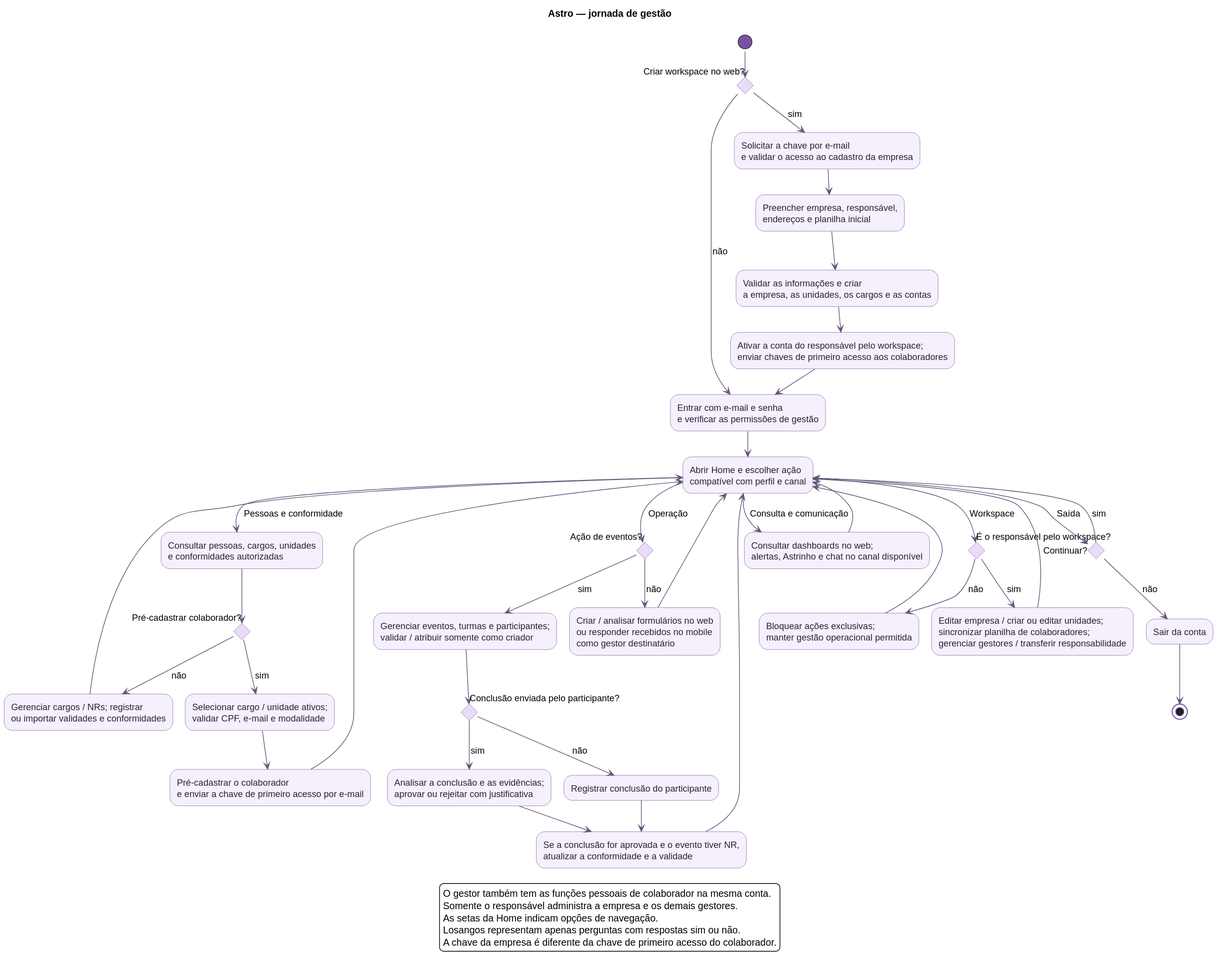
Before: diagrams/rendered/fluxo_gestor.svg, a diagram exported from PlantUML (Astro-Inter/astro-eqs-diagrams).
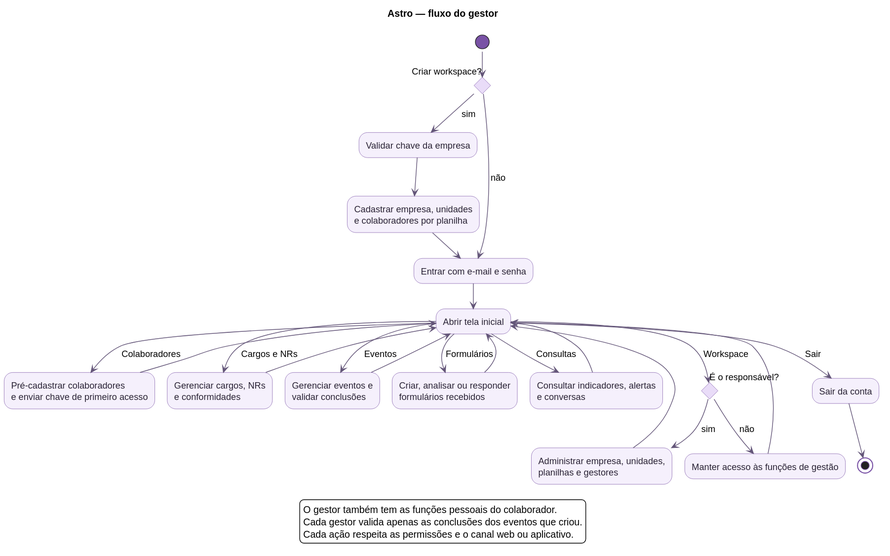
After the commit.

Change to the diagram source:
```diff
@@ -1,67 +1,41 @@
 @startuml
 !pragma layout smetana
 !include estilo.iuml
-title Astro — jornada de gestão
+title Astro — fluxo do gestor
 
-(*) --> if "Criar workspace no web?" then
-  -->[sim] "Solicitar a chave por e-mail\ne validar o acesso ao cadastro da empresa" as chave
-  --> "Preencher empresa, responsável,\nendereços e planilha inicial" as cadastro
-  --> "Validar as informações e criar\na empresa, as unidades, os cargos e as contas" as criar
-  --> "Ativar a conta do responsável pelo workspace;\nenviar chaves de primeiro acesso aos colaboradores" as ativar
-  --> "Entrar com e-mail e senha\ne verificar as permissões de gestão" as entrar
+(*) --> if "Criar workspace?" then
+  -->[sim] "Validar chave da empresa" as chave
+  --> "Cadastrar empresa, unidades\ne colaboradores por planilha" as criar
+  --> "Entrar com e-mail e senha" as entrar
 else
   -->[não] entrar
 endif
-entrar --> "Abrir Home e escolher ação\ncompatível com perfil e canal" as menu
+entrar --> "Abrir tela inicial" as menu
 
-menu -->[Pessoas e conformidade] "Consultar pessoas, cargos, unidades\ne conformidades autorizadas" as pessoas
---> if "Pré-cadastrar colaborador?" then
-  -->[sim] "Selecionar cargo / unidade ativos;\nvalidar CPF, e-mail e modalidade" as dados_colaborador
-  --> "Pré-cadastrar o colaborador\ne enviar a chave de primeiro acesso por e-mail" as cadastrar
+menu -->[Colaboradores] "Pré-cadastrar colaboradores\ne enviar chave de primeiro acesso" as pessoas
+--> menu
+menu -->[Cargos e NRs] "Gerenciar cargos, NRs\ne conformidades" as conformidades
+--> menu
+menu -->[Eventos] "Gerenciar eventos e\nvalidar conclusões" as eventos
+--> menu
+menu -->[Formulários] "Criar, analisar ou responder\nformulários recebidos" as formularios
+--> menu
+menu -->[Consultas] "Consultar indicadores, alertas\ne conversas" as consultas
+--> menu
+
+menu -->[Workspace] if "É o responsável?" then
+  -->[sim] "Administrar empresa, unidades,\nplanilhas e gestores" as administrar
   --> menu
 else
-  -->[não] "Gerenciar cargos / NRs; registrar\nou importar validades e conformidades" as conformidades
+  -->[não] "Manter acesso às funções de gestão" as restringir
   --> menu
 endif
-
-menu -->[Operação] if "Ação de eventos?" then
-  -->[sim] "Gerenciar eventos, turmas e participantes;\nvalidar / atribuir somente como criador" as eventos
-  --> if "Conclusão enviada pelo participante?" then
-    -->[sim] "Analisar a conclusão e as evidências;\naprovar ou rejeitar com justificativa" as analisar
-    --> "Se a conclusão for aprovada e o evento tiver NR,\natualizar a conformidade e a validade" as atualizar_conformidade
-  else
-    -->[não] "Registrar conclusão do participante" as registrar_conclusao
-    --> atualizar_conformidade
-  endif
-  atualizar_conformidade --> menu
-else
-  -->[não] "Criar / analisar formulários no web\nou responder recebidos no mobile\ncomo gestor destinatário" as formularios
-  --> menu
-endif
-
-menu -->[Consulta e comunicação] "Consultar dashboards no web;\nalertas, Astrinho e chat no canal disponível" as consultas
---> menu
-
-menu -->[Workspace] if "É o responsável pelo workspace?" then
-  -->[sim] "Editar empresa / criar ou editar unidades;\nsincronizar planilha de colaboradores;\ngerenciar gestores / transferir responsabilidade" as administrar
-  --> menu
-else
-  -->[não] "Bloquear ações exclusivas;\nmanter gestão operacional permitida" as restringir
-  --> menu
-endif
-
-menu -->[Saída] if "Continuar?" then
-  -->[sim] menu
-else
-  -->[não] "Sair da conta" as sair
-  --> (*)
-endif
+menu -->[Sair] "Sair da conta" as sair
+--> (*)
 
 legend bottom
-  O gestor também tem as funções pessoais de colaborador na mesma conta.
-  Somente o responsável administra a empresa e os demais gestores.
-  As setas da Home indicam opções de navegação.
-  Losangos representam apenas perguntas com respostas sim ou não.
-  A chave da empresa é diferente da chave de primeiro acesso do colaborador.
+  O gestor também tem as funções pessoais do colaborador.
+  Cada gestor valida apenas as conclusões dos eventos que criou.
+  Cada ação respeita as permissões e o canal web ou aplicativo.
 endlegend
 @enduml
```
